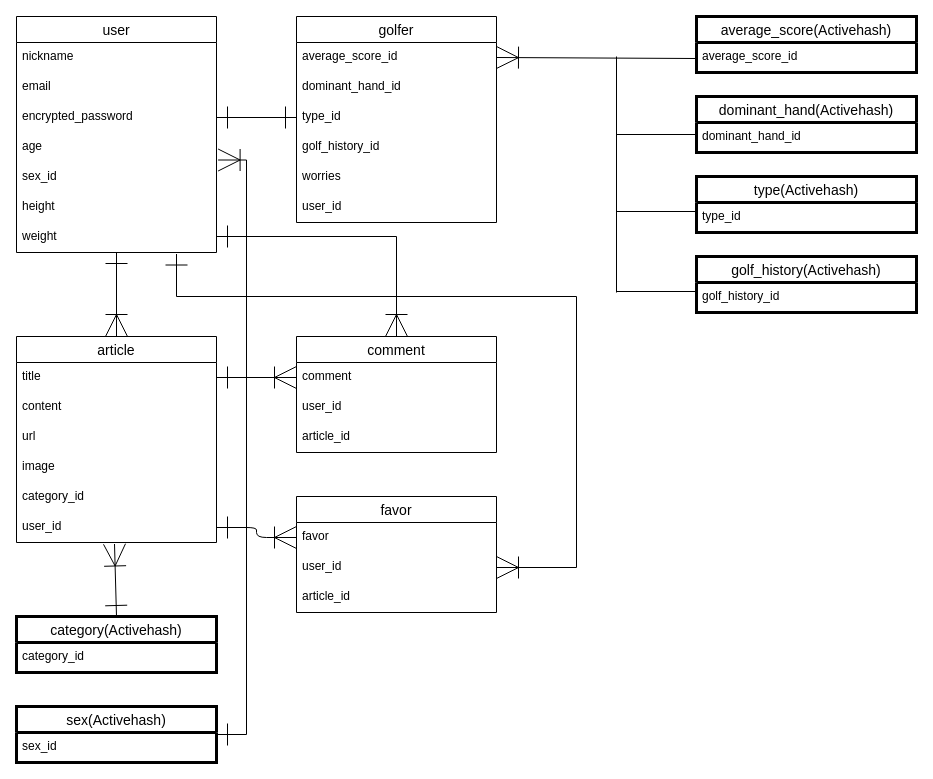
Earlier version of the draw.io diagram goalf.dio (tatsuya-ogi312/goalf). Source tidied: cells renumbered, new cells numbered last; positions are measured from the earlier drawing's top-left corner, leaving out a move shared by most shapes. Both pictures are drawn from the tidied source at 100%, with x=0, y=0 at pixel (16, 16).
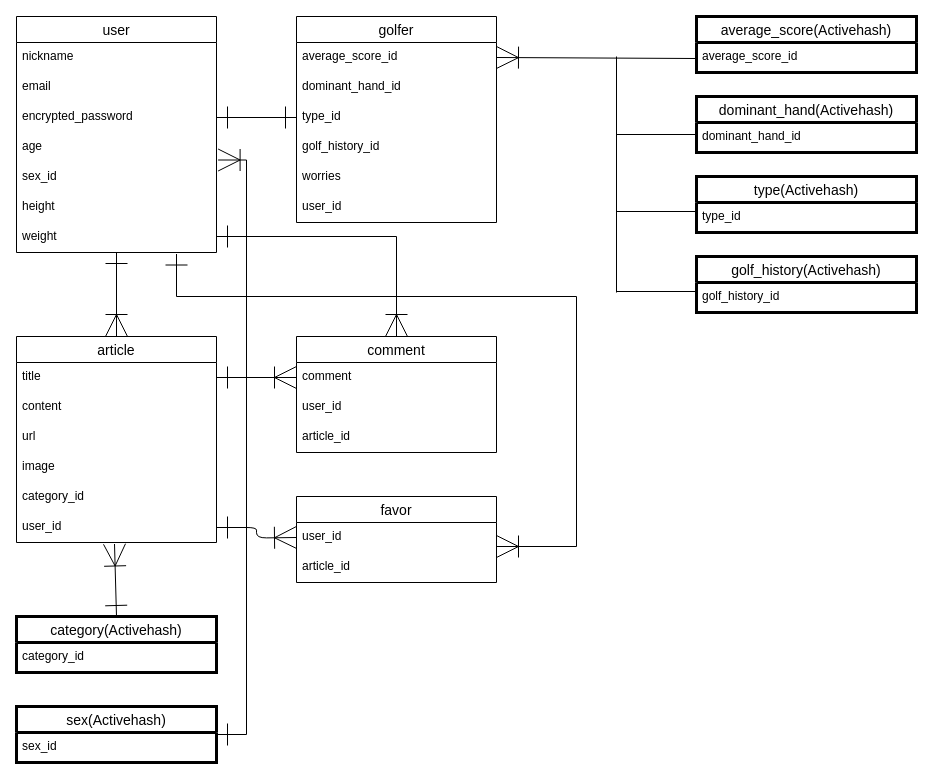
The same diagram, later.

Unchanged cells that the change refers to:
```xml
<mxCell id="9" value="weight" style="text;strokeColor=none;fillColor=none;spacingLeft=4;spacingRight=4;overflow=hidden;points=[[0,0.5],[1,0.5]];portConstraint=eastwest;fontSize=12;" parent="2" vertex="1">
  <mxGeometry y="206" width="200" height="30" as="geometry" />
</mxCell>
<mxCell id="23" value="user_id" style="text;strokeColor=none;fillColor=none;spacingLeft=4;spacingRight=4;overflow=hidden;points=[[0,0.5],[1,0.5]];portConstraint=eastwest;fontSize=12;" parent="17" vertex="1">
  <mxGeometry y="176" width="200" height="30" as="geometry" />
</mxCell>
```

Change to the diagram source:
```diff
@@
     <mxCell id="32" value="favor" style="swimlane;fontStyle=0;horizontal=1;startSize=26;align=center;fontSize=14;" parent="1" vertex="1">
-      <mxGeometry x="280" y="480" width="200" height="116" as="geometry" />
+      <mxGeometry x="280" y="480" width="200" height="86" as="geometry" />
     </mxCell>
-    <mxCell id="33" value="favor" style="text;strokeColor=none;fillColor=none;spacingLeft=4;spacingRight=4;overflow=hidden;points=[[0,0.5],[1,0.5]];portConstraint=eastwest;fontSize=12;" parent="32" vertex="1">
-      <mxGeometry y="26" width="200" height="30" as="geometry" />
-    </mxCell>
     <mxCell id="34" value="user_id" style="text;strokeColor=none;fillColor=none;spacingLeft=4;spacingRight=4;overflow=hidden;points=[[0,0.5],[1,0.5]];portConstraint=eastwest;fontSize=12;" parent="32" vertex="1">
-      <mxGeometry y="56" width="200" height="30" as="geometry" />
+      <mxGeometry y="26" width="200" height="30" as="geometry" />
     </mxCell>
     <mxCell id="35" value="article_id" style="text;strokeColor=none;fillColor=none;spacingLeft=4;spacingRight=4;overflow=hidden;fontSize=12;" parent="32" vertex="1">
-      <mxGeometry y="86" width="200" height="30" as="geometry" />
+      <mxGeometry y="56" width="200" height="30" as="geometry" />
     </mxCell>
-    <mxCell id="36" style="endArrow=ERoneToMany;html=1;rounded=0;startSize=20;endSize=20;edgeStyle=orthogonalEdgeStyle;startArrow=ERone;startFill=0;endFill=0;entryX=1;entryY=0.5;entryDx=0;entryDy=0;exitX=0.8;exitY=1.05;exitDx=0;exitDy=0;exitPerimeter=0;" parent="1" edge="1" source="9" target="34">
+    <mxCell id="36" style="endArrow=ERoneToMany;html=1;rounded=0;startSize=20;endSize=20;edgeStyle=orthogonalEdgeStyle;startArrow=ERone;startFill=0;endFill=0;exitX=0.8;exitY=1.05;exitDx=0;exitDy=0;exitPerimeter=0;" parent="1" edge="1" source="9">
       <mxGeometry relative="1" as="geometry">
+        <mxPoint x="480" y="530" as="targetPoint" />
         <Array as="points">
           <mxPoint x="160" y="280" />
           <mxPoint x="560" y="280" />
-          <mxPoint x="560" y="551" />
+          <mxPoint x="560" y="530" />
         </Array>
       </mxGeometry>
     </mxCell>
@@
-    <mxCell id="56" style="edgeStyle=orthogonalEdgeStyle;html=1;startArrow=ERoneToMany;startFill=0;endArrow=ERone;endFill=0;startSize=20;endSize=20;" parent="1" edge="1" source="33" target="23">
-      <mxGeometry relative="1" as="geometry" />
+    <mxCell id="56" style="edgeStyle=orthogonalEdgeStyle;html=1;startArrow=ERoneToMany;startFill=0;endArrow=ERone;endFill=0;startSize=20;endSize=20;" parent="1" edge="1" target="23">
+      <mxGeometry relative="1" as="geometry">
+        <mxPoint x="280" y="521" as="sourcePoint" />
+      </mxGeometry>
     </mxCell>
```
